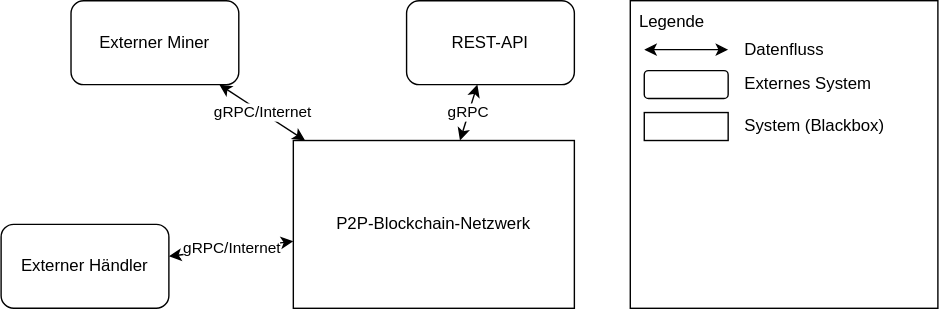
Before: docs/arc42/arc42-MinerNetwork/images/business_context.drawio.svg, a diagram exported from draw.io (bjoern621/VSP-Blockchain). Source tidied: cells renumbered, new cells last; positions are measured from the earlier drawing's top-left corner, leaving out a move shared by most shapes.
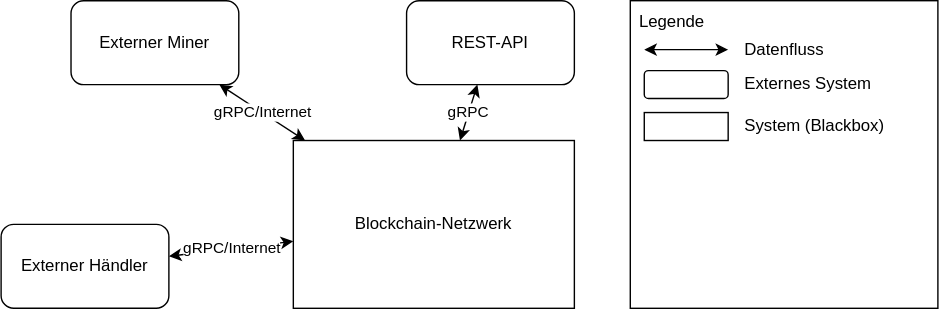
Above is the later version.

What changed in the source:
```diff
@@ -2,7 +2,7 @@
   <root>
     <mxCell id="0" />
     <mxCell id="1" parent="0" />
-    <mxCell id="2" value="P2P-Blockchain-Netzwerk" style="rounded=0;whiteSpace=wrap;html=1;" parent="1" vertex="1">
+    <mxCell id="2" value="Blockchain-Netzwerk" style="rounded=0;whiteSpace=wrap;html=1;" parent="1" vertex="1">
       <mxGeometry x="209" y="100" width="201" height="120" as="geometry" />
     </mxCell>
     <mxCell id="3" value="REST-API" style="rounded=1;whiteSpace=wrap;html=1;" parent="1" vertex="1">
```
